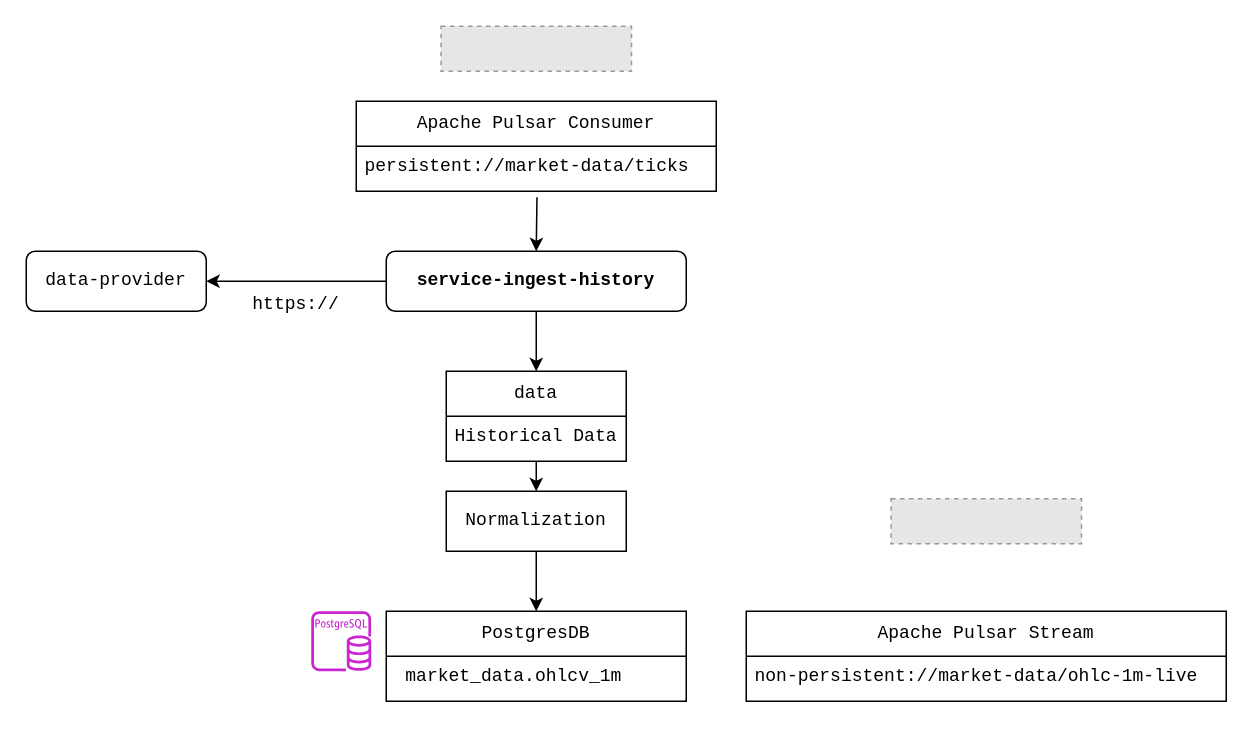
rey-sudo/blacker keeps this draw.io diagram as backend/service-docs/docs/assets/service-ingest-history.drawio. Above is the earlier version. Source tidied: cells renumbered, new cells numbered last; positions are measured from the earlier drawing's top-left corner, leaving out a move shared by most shapes. Both pictures are drawn from the tidied source at 150%, with x=0, y=0 at pixel (26, 26). Pictures stored in the file or linked from it are replaced by grey dashed boxes.
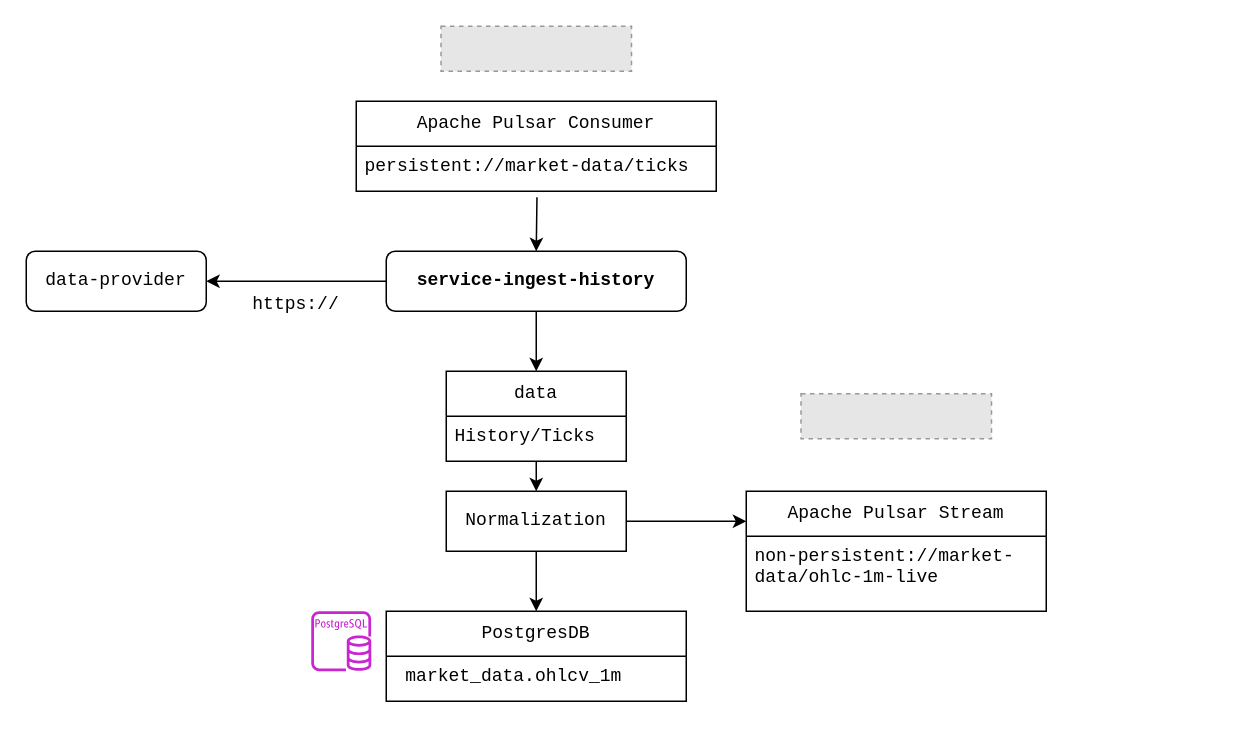
The same page after the edit.

The change refers to these unchanged cells:
```xml
<mxCell id="8" value="data" style="swimlane;fontStyle=0;horizontal=1;startSize=30;whiteSpace=wrap;html=1;fontFamily=Courier New;fontSize=12;verticalAlign=middle;" parent="1" vertex="1">
  <mxGeometry x="280" y="230" width="120" height="60" as="geometry" />
</mxCell>
<mxCell id="13" value="&lt;font&gt;Normalization&lt;/font&gt;" style="rounded=0;whiteSpace=wrap;html=1;fontFamily=Courier New;" parent="1" vertex="1">
  <mxGeometry x="280" y="310" width="120" height="40" as="geometry" />
</mxCell>
```

What changed in the source:
```diff
@@
-    <mxCell id="9" value="Historical Data" style="text;strokeColor=none;fillColor=none;align=left;verticalAlign=top;spacingLeft=4;spacingRight=4;overflow=hidden;points=[[0,0.5],[1,0.5]];portConstraint=eastwest;whiteSpace=wrap;html=1;fontFamily=Courier New;fontSize=12;" parent="8" vertex="1">
+    <mxCell id="9" value="History/Ticks" style="text;strokeColor=none;fillColor=none;align=left;verticalAlign=top;spacingLeft=4;spacingRight=4;overflow=hidden;points=[[0,0.5],[1,0.5]];portConstraint=eastwest;whiteSpace=wrap;html=1;fontFamily=Courier New;fontSize=12;" parent="8" vertex="1">
       <mxGeometry y="30" width="120" height="30" as="geometry" />
     </mxCell>
@@
+    <mxCell id="23" style="edgeStyle=orthogonalEdgeStyle;rounded=0;jettySize=auto;html=1;exitX=1;exitY=0.5;exitDx=0;exitDy=0;entryX=0;entryY=0.25;entryDx=0;entryDy=0;" parent="1" edge="1" source="13" target="20">
+      <mxGeometry relative="1" as="geometry" />
+    </mxCell>
@@
     <mxCell id="20" value="Apache Pulsar Stream" style="swimlane;fontStyle=0;horizontal=1;startSize=30;whiteSpace=wrap;html=1;fontSize=12;fontFamily=Courier New;verticalAlign=middle;" parent="1" vertex="1">
-      <mxGeometry x="480" y="390" width="320" height="60" as="geometry" />
+      <mxGeometry x="480" y="310" width="200" height="80" as="geometry" />
     </mxCell>
     <mxCell id="21" value="non-persistent://market-data/ohlc-1m-live" style="text;strokeColor=none;fillColor=none;align=left;verticalAlign=top;spacingLeft=4;spacingRight=4;overflow=hidden;whiteSpace=wrap;html=1;fontSize=12;fontFamily=Courier New;" parent="20" vertex="1">
-      <mxGeometry y="30" width="320" height="30" as="geometry" />
+      <mxGeometry y="30" width="200" height="50" as="geometry" />
     </mxCell>
-    <mxCell id="22" style="fillColor=#E6E6E6;strokeColor=#999999;dashed=1;" parent="1" vertex="1">
-      <mxGeometry x="576.5" y="315" width="127" height="30" as="geometry" />
-    </mxCell>
+    <mxCell id="24" style="fillColor=#E6E6E6;strokeColor=#999999;dashed=1;" parent="1" vertex="1">
+      <mxGeometry x="516.5" y="245" width="127" height="30" as="geometry" />
+    </mxCell>
```
